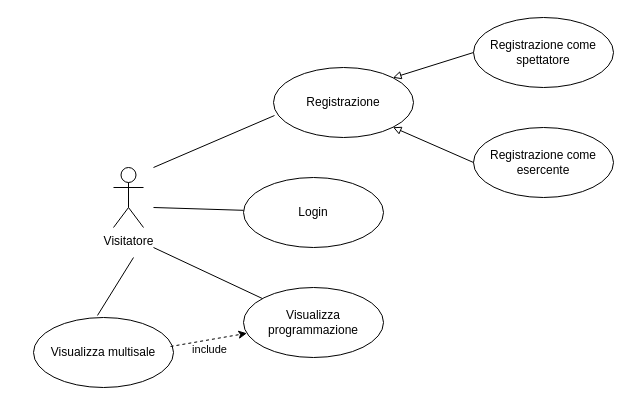
michelafarruggia/SEBD keeps this draw.io diagram as page "Casi d'uso Visitatore" (2 of 2) of users.drawio. Above is the earlier version. Source tidied: cells renumbered, new cells numbered last; positions are measured from the earlier drawing's top-left corner, leaving out a move shared by most shapes. Both pictures are drawn from the tidied source at 100%, with x=0, y=0 at pixel (33, 17).
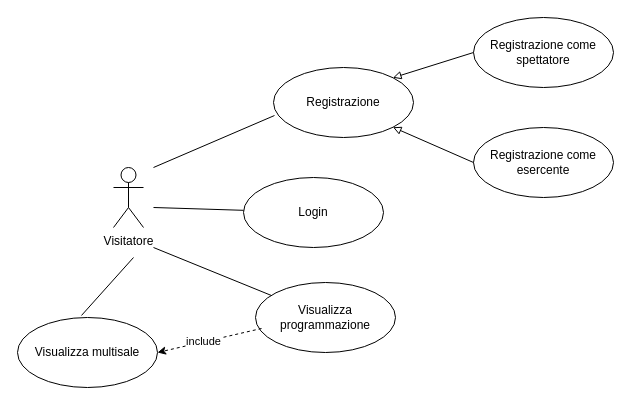
The same diagram, later.

Commit message:
update use case visitatore

Change to the diagram source:
```diff
@@
     <mxCell id="5" value="Visualizza programmazione" style="ellipse;whiteSpace=wrap;html=1;" parent="1" vertex="1">
-      <mxGeometry x="210" y="270" width="140" height="70" as="geometry" />
+      <mxGeometry x="222" y="265" width="140" height="70" as="geometry" />
     </mxCell>
     <mxCell id="6" value="Visualizza multisale" style="ellipse;whiteSpace=wrap;html=1;" parent="1" vertex="1">
-      <mxGeometry y="300" width="140" height="70" as="geometry" />
+      <mxGeometry x="-16" y="300" width="140" height="70" as="geometry" />
     </mxCell>
@@
-    <mxCell id="15" style="endArrow=classic;html=1;rounded=0;exitX=0.979;exitY=0.414;exitDx=0;exitDy=0;exitPerimeter=0;dashed=1;" parent="1" edge="1" source="6" target="5">
+    <mxCell id="15" style="endArrow=classic;html=1;rounded=0;exitX=0.043;exitY=0.657;exitDx=0;exitDy=0;exitPerimeter=0;dashed=1;entryX=1;entryY=0.5;entryDx=0;entryDy=0;" parent="1" edge="1" source="5" target="6">
       <mxGeometry relative="1" as="geometry" />
     </mxCell>
     <mxCell id="16" value="include" style="edgeLabel;html=1;align=center;verticalAlign=middle;" parent="15" vertex="1">
       <mxGeometry x="0.48" y="-2" relative="1" as="geometry">
-        <mxPoint x="-18" y="10" as="offset" />
+        <mxPoint x="19" y="-3" as="offset" />
       </mxGeometry>
     </mxCell>
```
